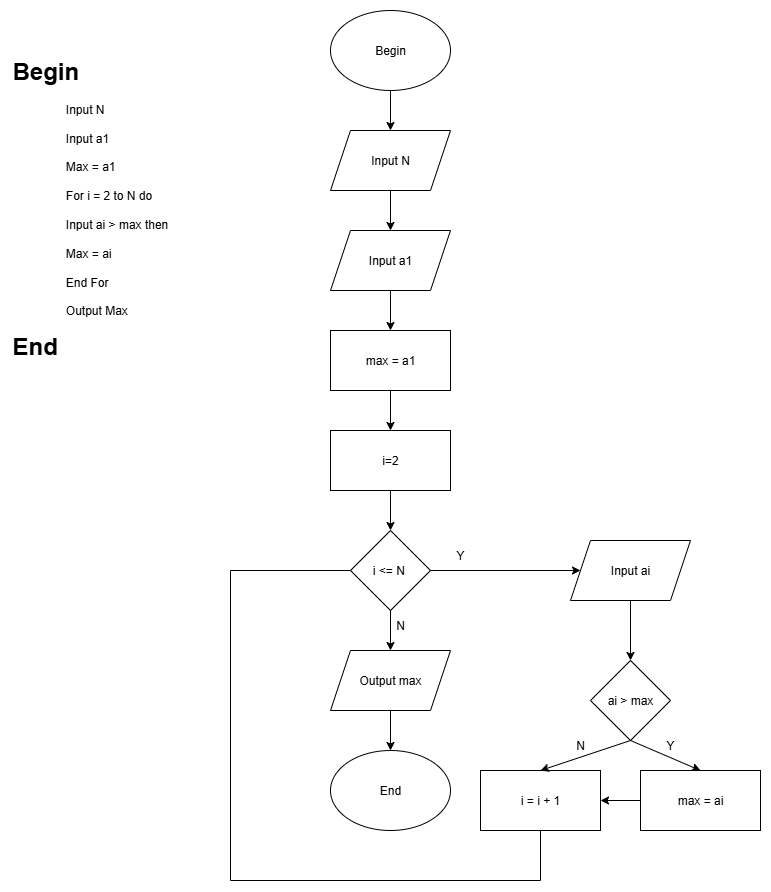
This is ss3_ma_gia_luu_do/bai4.png from vinhdevz/C0925G1-DoThanhVinh, a draw.io export, as it was before one commit. Source tidied: cells renumbered, new cells last; positions are measured from the earlier drawing's top-left corner, leaving out a move shared by most shapes. The source it was exported from:
```xml
<mxGraphModel>
  <root>
    <mxCell id="0" />
    <mxCell id="1" parent="0" />
    <mxCell id="2" value="Begin" style="ellipse;whiteSpace=wrap;html=1;" parent="1" vertex="1">
      <mxGeometry x="320" width="120" height="80" as="geometry" />
    </mxCell>
    <mxCell id="3" value="Input N" style="shape=parallelogram;perimeter=parallelogramPerimeter;whiteSpace=wrap;html=1;fixedSize=1;" parent="1" vertex="1">
      <mxGeometry x="320" y="120" width="120" height="60" as="geometry" />
    </mxCell>
    <mxCell id="4" value="Input a1" style="shape=parallelogram;perimeter=parallelogramPerimeter;whiteSpace=wrap;html=1;fixedSize=1;" parent="1" vertex="1">
      <mxGeometry x="320" y="220" width="120" height="60" as="geometry" />
    </mxCell>
    <mxCell id="5" value="max = a1" style="rounded=0;whiteSpace=wrap;html=1;" parent="1" vertex="1">
      <mxGeometry x="320" y="320" width="120" height="60" as="geometry" />
    </mxCell>
    <mxCell id="6" value="i=2" style="rounded=0;whiteSpace=wrap;html=1;" parent="1" vertex="1">
      <mxGeometry x="320" y="420" width="120" height="60" as="geometry" />
    </mxCell>
    <mxCell id="7" value="i &amp;lt;= N&amp;nbsp;" style="rhombus;whiteSpace=wrap;html=1;" parent="1" vertex="1">
      <mxGeometry x="340" y="520" width="80" height="80" as="geometry" />
    </mxCell>
    <mxCell id="8" value="Output max" style="shape=parallelogram;perimeter=parallelogramPerimeter;whiteSpace=wrap;html=1;fixedSize=1;" parent="1" vertex="1">
      <mxGeometry x="320" y="640" width="120" height="60" as="geometry" />
    </mxCell>
    <mxCell id="9" value="End" style="ellipse;whiteSpace=wrap;html=1;" parent="1" vertex="1">
      <mxGeometry x="320" y="740" width="120" height="80" as="geometry" />
    </mxCell>
    <mxCell id="10" style="endArrow=classic;html=1;rounded=0;exitX=0.5;exitY=1;exitDx=0;exitDy=0;entryX=0.5;entryY=0;entryDx=0;entryDy=0;" parent="1" edge="1" source="2" target="3">
      <mxGeometry relative="1" as="geometry" />
    </mxCell>
    <mxCell id="11" style="endArrow=classic;html=1;rounded=0;exitX=0.5;exitY=1;exitDx=0;exitDy=0;entryX=0.5;entryY=0;entryDx=0;entryDy=0;" parent="1" edge="1" source="3" target="4">
      <mxGeometry relative="1" as="geometry" />
    </mxCell>
    <mxCell id="12" style="endArrow=classic;html=1;rounded=0;exitX=0.5;exitY=1;exitDx=0;exitDy=0;entryX=0.5;entryY=0;entryDx=0;entryDy=0;" parent="1" edge="1" source="4" target="5">
      <mxGeometry relative="1" as="geometry" />
    </mxCell>
    <mxCell id="13" style="endArrow=classic;html=1;rounded=0;exitX=0.5;exitY=1;exitDx=0;exitDy=0;entryX=0.5;entryY=0;entryDx=0;entryDy=0;" parent="1" edge="1" source="5" target="6">
      <mxGeometry relative="1" as="geometry" />
    </mxCell>
    <mxCell id="14" style="endArrow=classic;html=1;rounded=0;exitX=0.5;exitY=1;exitDx=0;exitDy=0;entryX=0.5;entryY=0;entryDx=0;entryDy=0;" parent="1" edge="1" source="6" target="7">
      <mxGeometry relative="1" as="geometry" />
    </mxCell>
    <mxCell id="15" value="Input ai" style="shape=parallelogram;perimeter=parallelogramPerimeter;whiteSpace=wrap;html=1;fixedSize=1;" parent="1" vertex="1">
      <mxGeometry x="560" y="530" width="120" height="60" as="geometry" />
    </mxCell>
    <mxCell id="16" style="endArrow=classic;html=1;rounded=0;exitX=0.5;exitY=1;exitDx=0;exitDy=0;entryX=0.5;entryY=0;entryDx=0;entryDy=0;" parent="1" edge="1" source="7" target="8">
      <mxGeometry relative="1" as="geometry" />
    </mxCell>
    <mxCell id="17" style="endArrow=classic;html=1;rounded=0;exitX=1;exitY=0.5;exitDx=0;exitDy=0;entryX=0;entryY=0.5;entryDx=0;entryDy=0;" parent="1" edge="1" source="7" target="15">
      <mxGeometry relative="1" as="geometry" />
    </mxCell>
    <mxCell id="18" value="Y" style="text;html=1;align=center;verticalAlign=middle;whiteSpace=wrap;rounded=0;" parent="1" vertex="1">
      <mxGeometry x="420" y="530" width="60" height="30" as="geometry" />
    </mxCell>
    <mxCell id="19" value="N" style="text;html=1;align=center;verticalAlign=middle;whiteSpace=wrap;rounded=0;" parent="1" vertex="1">
      <mxGeometry x="360" y="600" width="60" height="30" as="geometry" />
    </mxCell>
    <mxCell id="20" style="endArrow=classic;html=1;rounded=0;exitX=0.5;exitY=1;exitDx=0;exitDy=0;entryX=0.5;entryY=0;entryDx=0;entryDy=0;" parent="1" edge="1" source="8" target="9">
      <mxGeometry relative="1" as="geometry" />
    </mxCell>
    <mxCell id="21" value="ai &amp;gt; max" style="rhombus;whiteSpace=wrap;html=1;" parent="1" vertex="1">
      <mxGeometry x="580" y="650" width="80" height="80" as="geometry" />
    </mxCell>
    <mxCell id="22" style="endArrow=classic;html=1;rounded=0;exitX=0.5;exitY=1;exitDx=0;exitDy=0;entryX=0.5;entryY=0;entryDx=0;entryDy=0;" parent="1" edge="1" source="15" target="21">
      <mxGeometry relative="1" as="geometry" />
    </mxCell>
    <mxCell id="23" style="endArrow=classic;html=1;rounded=0;exitX=0.5;exitY=1;exitDx=0;exitDy=0;entryX=0.5;entryY=0;entryDx=0;entryDy=0;" parent="1" edge="1" source="21" target="24">
      <mxGeometry relative="1" as="geometry" />
    </mxCell>
    <mxCell id="24" value="max = ai" style="rounded=0;whiteSpace=wrap;html=1;" parent="1" vertex="1">
      <mxGeometry x="630" y="760" width="120" height="60" as="geometry" />
    </mxCell>
    <mxCell id="25" value="Y" style="text;html=1;align=center;verticalAlign=middle;whiteSpace=wrap;rounded=0;" parent="1" vertex="1">
      <mxGeometry x="630" y="720" width="60" height="30" as="geometry" />
    </mxCell>
    <mxCell id="26" value="i = i + 1" style="rounded=0;whiteSpace=wrap;html=1;" parent="1" vertex="1">
      <mxGeometry x="470" y="760" width="120" height="60" as="geometry" />
    </mxCell>
    <mxCell id="27" style="endArrow=classic;html=1;rounded=0;exitX=0.5;exitY=1;exitDx=0;exitDy=0;entryX=0.5;entryY=0;entryDx=0;entryDy=0;" parent="1" edge="1" source="21" target="26">
      <mxGeometry relative="1" as="geometry" />
    </mxCell>
    <mxCell id="28" value="N" style="text;html=1;align=center;verticalAlign=middle;whiteSpace=wrap;rounded=0;" parent="1" vertex="1">
      <mxGeometry x="540" y="720" width="60" height="30" as="geometry" />
    </mxCell>
    <mxCell id="29" style="endArrow=classic;html=1;rounded=0;exitX=0;exitY=0.5;exitDx=0;exitDy=0;entryX=1;entryY=0.5;entryDx=0;entryDy=0;" parent="1" edge="1" source="24" target="26">
      <mxGeometry relative="1" as="geometry" />
    </mxCell>
    <mxCell id="30" style="endArrow=none;html=1;rounded=0;exitX=0.5;exitY=1;exitDx=0;exitDy=0;entryX=0;entryY=0.5;entryDx=0;entryDy=0;" parent="1" edge="1" source="26" target="7">
      <mxGeometry relative="1" as="geometry">
        <Array as="points">
          <mxPoint x="530" y="870" />
          <mxPoint x="220" y="870" />
          <mxPoint x="220" y="560" />
        </Array>
      </mxGeometry>
    </mxCell>
    <mxCell id="31" value="&lt;h1 style=&quot;margin-top: 0px;&quot;&gt;Begin&lt;/h1&gt;&lt;div&gt;&lt;span style=&quot;white-space: pre;&quot;&gt;&#9;&lt;/span&gt;&lt;span style=&quot;white-space: pre;&quot;&gt;&#9;&lt;/span&gt;Input N&lt;br&gt;&lt;br&gt;&lt;span style=&quot;white-space: pre;&quot;&gt;&#9;&lt;/span&gt;&lt;span style=&quot;white-space: pre;&quot;&gt;&#9;&lt;/span&gt;Input a1&lt;br&gt;&lt;/div&gt;&lt;div&gt;&lt;br&gt;&lt;/div&gt;&lt;div&gt;&lt;span style=&quot;white-space: pre;&quot;&gt;&#9;&lt;/span&gt;&lt;span style=&quot;white-space: pre;&quot;&gt;&#9;&lt;/span&gt;Max = a1&lt;br&gt;&lt;/div&gt;&lt;div&gt;&lt;br&gt;&lt;/div&gt;&lt;div&gt;&lt;span style=&quot;white-space: pre;&quot;&gt;&#9;&lt;/span&gt;&lt;span style=&quot;white-space: pre;&quot;&gt;&#9;&lt;/span&gt;For i = 2 to N do&lt;br&gt;&lt;br&gt;&lt;span style=&quot;white-space: pre;&quot;&gt;&#9;&lt;/span&gt;&lt;span style=&quot;white-space: pre;&quot;&gt;&#9;&lt;/span&gt;Input ai &amp;gt; max then&lt;br&gt;&lt;br&gt;&lt;span style=&quot;white-space: pre;&quot;&gt;&#9;&lt;/span&gt;&lt;span style=&quot;white-space: pre;&quot;&gt;&#9;&lt;/span&gt;Max = ai&lt;br&gt;&lt;br&gt;&lt;span style=&quot;white-space: pre;&quot;&gt;&#9;&lt;/span&gt;&lt;span style=&quot;white-space: pre;&quot;&gt;&#9;&lt;/span&gt;End For&lt;br&gt;&lt;/div&gt;&lt;div&gt;&lt;span style=&quot;white-space: pre;&quot;&gt;&#9;&lt;/span&gt;&lt;span style=&quot;white-space: pre;&quot;&gt;&#9;&lt;/span&gt;&lt;br&gt;&lt;/div&gt;&lt;div&gt;&lt;span style=&quot;white-space: pre;&quot;&gt;&#9;&lt;/span&gt;&lt;span style=&quot;white-space: pre;&quot;&gt;&#9;&lt;/span&gt;Output Max&lt;/div&gt;&lt;div&gt;&lt;br&gt;&lt;/div&gt;&lt;div&gt;&lt;h1 style=&quot;margin-top: 0px;&quot;&gt;End&lt;/h1&gt;&lt;div&gt;&lt;br&gt;&lt;/div&gt;&lt;br&gt;&lt;/div&gt;&lt;p&gt;&lt;br&gt;&lt;/p&gt;" style="text;html=1;whiteSpace=wrap;overflow=hidden;rounded=0;" parent="1" vertex="1">
      <mxGeometry y="40" width="180" height="360" as="geometry" />
    </mxCell>
  </root>
</mxGraphModel>
```
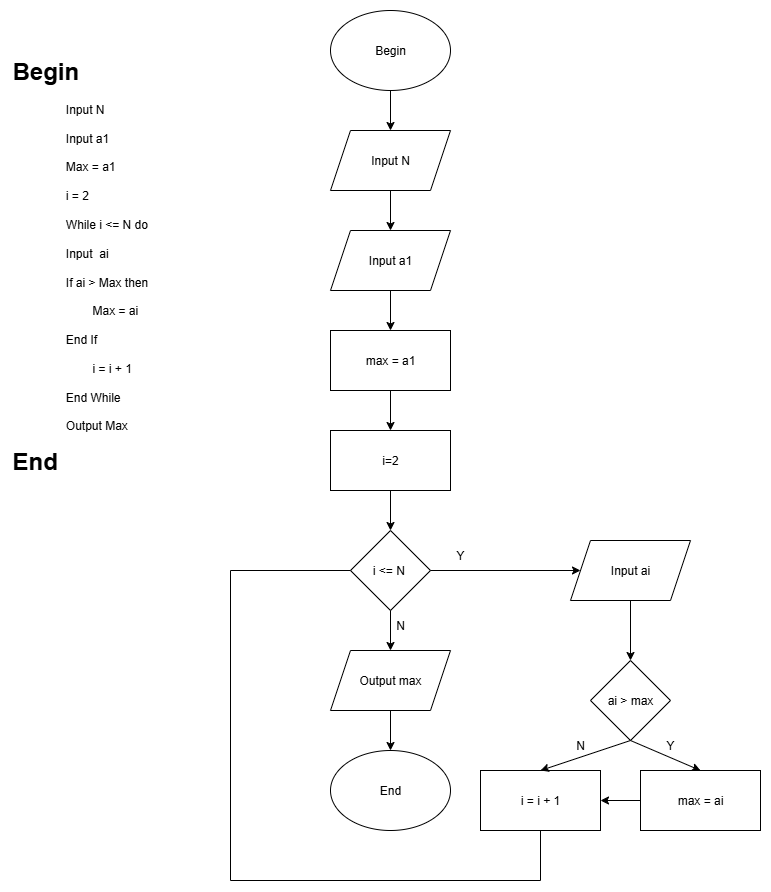
After the change.

Commit message:
pseudcode and flowchart

Diff of the diagram source:
```diff
@@ -95,8 +95,8 @@
         </Array>
       </mxGeometry>
     </mxCell>
-    <mxCell id="31" value="&lt;h1 style=&quot;margin-top: 0px;&quot;&gt;Begin&lt;/h1&gt;&lt;div&gt;&lt;span style=&quot;white-space: pre;&quot;&gt;&#9;&lt;/span&gt;&lt;span style=&quot;white-space: pre;&quot;&gt;&#9;&lt;/span&gt;Input N&lt;br&gt;&lt;br&gt;&lt;span style=&quot;white-space: pre;&quot;&gt;&#9;&lt;/span&gt;&lt;span style=&quot;white-space: pre;&quot;&gt;&#9;&lt;/span&gt;Input a1&lt;br&gt;&lt;/div&gt;&lt;div&gt;&lt;br&gt;&lt;/div&gt;&lt;div&gt;&lt;span style=&quot;white-space: pre;&quot;&gt;&#9;&lt;/span&gt;&lt;span style=&quot;white-space: pre;&quot;&gt;&#9;&lt;/span&gt;Max = a1&lt;br&gt;&lt;/div&gt;&lt;div&gt;&lt;br&gt;&lt;/div&gt;&lt;div&gt;&lt;span style=&quot;white-space: pre;&quot;&gt;&#9;&lt;/span&gt;&lt;span style=&quot;white-space: pre;&quot;&gt;&#9;&lt;/span&gt;For i = 2 to N do&lt;br&gt;&lt;br&gt;&lt;span style=&quot;white-space: pre;&quot;&gt;&#9;&lt;/span&gt;&lt;span style=&quot;white-space: pre;&quot;&gt;&#9;&lt;/span&gt;Input ai &amp;gt; max then&lt;br&gt;&lt;br&gt;&lt;span style=&quot;white-space: pre;&quot;&gt;&#9;&lt;/span&gt;&lt;span style=&quot;white-space: pre;&quot;&gt;&#9;&lt;/span&gt;Max = ai&lt;br&gt;&lt;br&gt;&lt;span style=&quot;white-space: pre;&quot;&gt;&#9;&lt;/span&gt;&lt;span style=&quot;white-space: pre;&quot;&gt;&#9;&lt;/span&gt;End For&lt;br&gt;&lt;/div&gt;&lt;div&gt;&lt;span style=&quot;white-space: pre;&quot;&gt;&#9;&lt;/span&gt;&lt;span style=&quot;white-space: pre;&quot;&gt;&#9;&lt;/span&gt;&lt;br&gt;&lt;/div&gt;&lt;div&gt;&lt;span style=&quot;white-space: pre;&quot;&gt;&#9;&lt;/span&gt;&lt;span style=&quot;white-space: pre;&quot;&gt;&#9;&lt;/span&gt;Output Max&lt;/div&gt;&lt;div&gt;&lt;br&gt;&lt;/div&gt;&lt;div&gt;&lt;h1 style=&quot;margin-top: 0px;&quot;&gt;End&lt;/h1&gt;&lt;div&gt;&lt;br&gt;&lt;/div&gt;&lt;br&gt;&lt;/div&gt;&lt;p&gt;&lt;br&gt;&lt;/p&gt;" style="text;html=1;whiteSpace=wrap;overflow=hidden;rounded=0;" parent="1" vertex="1">
-      <mxGeometry y="40" width="180" height="360" as="geometry" />
+    <mxCell id="31" value="&lt;h1 style=&quot;margin-top: 0px;&quot;&gt;Begin&lt;/h1&gt;&lt;div&gt;&lt;span style=&quot;white-space: pre;&quot;&gt;&#9;&lt;/span&gt;&lt;span style=&quot;white-space: pre;&quot;&gt;&#9;&lt;/span&gt;Input N&lt;br&gt;&lt;br&gt;&lt;span style=&quot;white-space: pre;&quot;&gt;&#9;&lt;/span&gt;&lt;span style=&quot;white-space: pre;&quot;&gt;&#9;&lt;/span&gt;Input a1&lt;br&gt;&lt;/div&gt;&lt;div&gt;&lt;br&gt;&lt;/div&gt;&lt;div&gt;&lt;span style=&quot;white-space: pre;&quot;&gt;&#9;&lt;/span&gt;&lt;span style=&quot;white-space: pre;&quot;&gt;&#9;&lt;/span&gt;Max = a1&lt;br&gt;&lt;/div&gt;&lt;div&gt;&lt;br&gt;&lt;/div&gt;&lt;div&gt;&lt;span style=&quot;white-space: pre;&quot;&gt;&#9;&lt;/span&gt;&lt;span style=&quot;white-space: pre;&quot;&gt;&#9;&lt;/span&gt;i = 2&amp;nbsp;&lt;/div&gt;&lt;div&gt;&lt;span style=&quot;white-space: pre;&quot;&gt;&#9;&lt;/span&gt;&lt;span style=&quot;white-space: pre;&quot;&gt;&#9;&lt;/span&gt;&lt;span style=&quot;white-space: pre;&quot;&gt;&#9;&lt;/span&gt;&lt;/div&gt;&lt;div&gt;&lt;span style=&quot;white-space: pre;&quot;&gt;&#9;&lt;/span&gt;&lt;span style=&quot;white-space: pre;&quot;&gt;&#9;&lt;/span&gt;While i &amp;lt;= N do&lt;br&gt;&lt;span style=&quot;white-space: pre;&quot;&gt;&#9;&lt;/span&gt;&lt;br&gt;&lt;span style=&quot;white-space: pre;&quot;&gt;&#9;&lt;/span&gt;&lt;span style=&quot;white-space: pre;&quot;&gt;&#9;&lt;/span&gt;Input&amp;nbsp; ai&lt;br&gt;&lt;/div&gt;&lt;div&gt;&lt;br&gt;&lt;/div&gt;&lt;div&gt;&lt;span style=&quot;white-space: pre;&quot;&gt;&#9;&lt;/span&gt;&lt;span style=&quot;white-space: pre;&quot;&gt;&#9;&lt;/span&gt;If ai &amp;gt; Max then&lt;br&gt;&lt;br&gt;&lt;span style=&quot;white-space: pre;&quot;&gt;&#9;&lt;/span&gt;&lt;span style=&quot;white-space: pre;&quot;&gt;&#9;&lt;/span&gt;&lt;span style=&quot;white-space: pre;&quot;&gt;&#9;&lt;/span&gt;Max = ai&lt;br&gt;&lt;br&gt;&lt;span style=&quot;white-space: pre;&quot;&gt;&#9;&lt;/span&gt;&lt;span style=&quot;white-space: pre;&quot;&gt;&#9;&lt;/span&gt;End If&lt;br&gt;&lt;/div&gt;&lt;div&gt;&lt;br&gt;&lt;/div&gt;&lt;div&gt;&lt;span style=&quot;white-space: pre;&quot;&gt;&#9;&lt;/span&gt;&lt;span style=&quot;white-space: pre;&quot;&gt;&#9;&lt;span style=&quot;white-space: pre;&quot;&gt;&#9;&lt;/span&gt;&lt;/span&gt;i = i + 1&lt;br&gt;&lt;/div&gt;&lt;div&gt;&lt;br&gt;&lt;/div&gt;&lt;div&gt;&lt;span style=&quot;white-space: pre;&quot;&gt;&#9;&lt;/span&gt;&lt;span style=&quot;white-space: pre;&quot;&gt;&#9;&lt;/span&gt;End While&lt;br&gt;&lt;br&gt;&lt;span style=&quot;white-space: pre;&quot;&gt;&#9;&lt;/span&gt;&lt;span style=&quot;white-space: pre;&quot;&gt;&#9;&lt;/span&gt;Output Max&lt;br&gt;&lt;/div&gt;&lt;div&gt;&lt;br&gt;&lt;/div&gt;&lt;div&gt;&lt;h1 style=&quot;margin-top: 0px;&quot;&gt;End&lt;/h1&gt;&lt;div&gt;&lt;br&gt;&lt;/div&gt;&lt;br&gt;&lt;/div&gt;&lt;p&gt;&lt;br&gt;&lt;/p&gt;" style="text;html=1;whiteSpace=wrap;overflow=hidden;rounded=0;" parent="1" vertex="1">
+      <mxGeometry y="40" width="180" height="440" as="geometry" />
     </mxCell>
   </root>
 </mxGraphModel>
```
